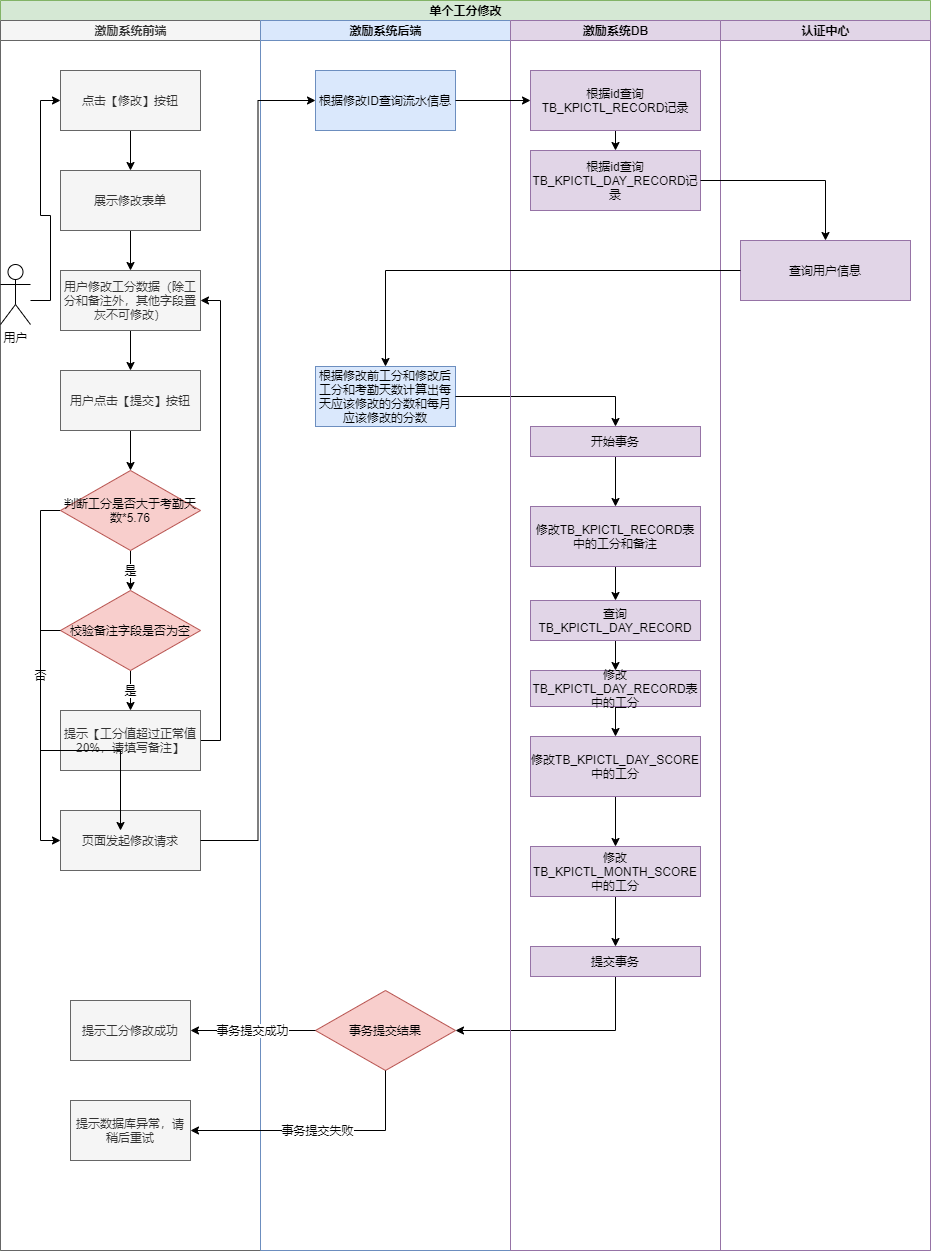
The draw.io diagram 工分修改.png in julingpu/coffee, before a commit. Source tidied: cells renumbered, new cells last; positions are measured from the earlier drawing's top-left corner, leaving out a move shared by most shapes.
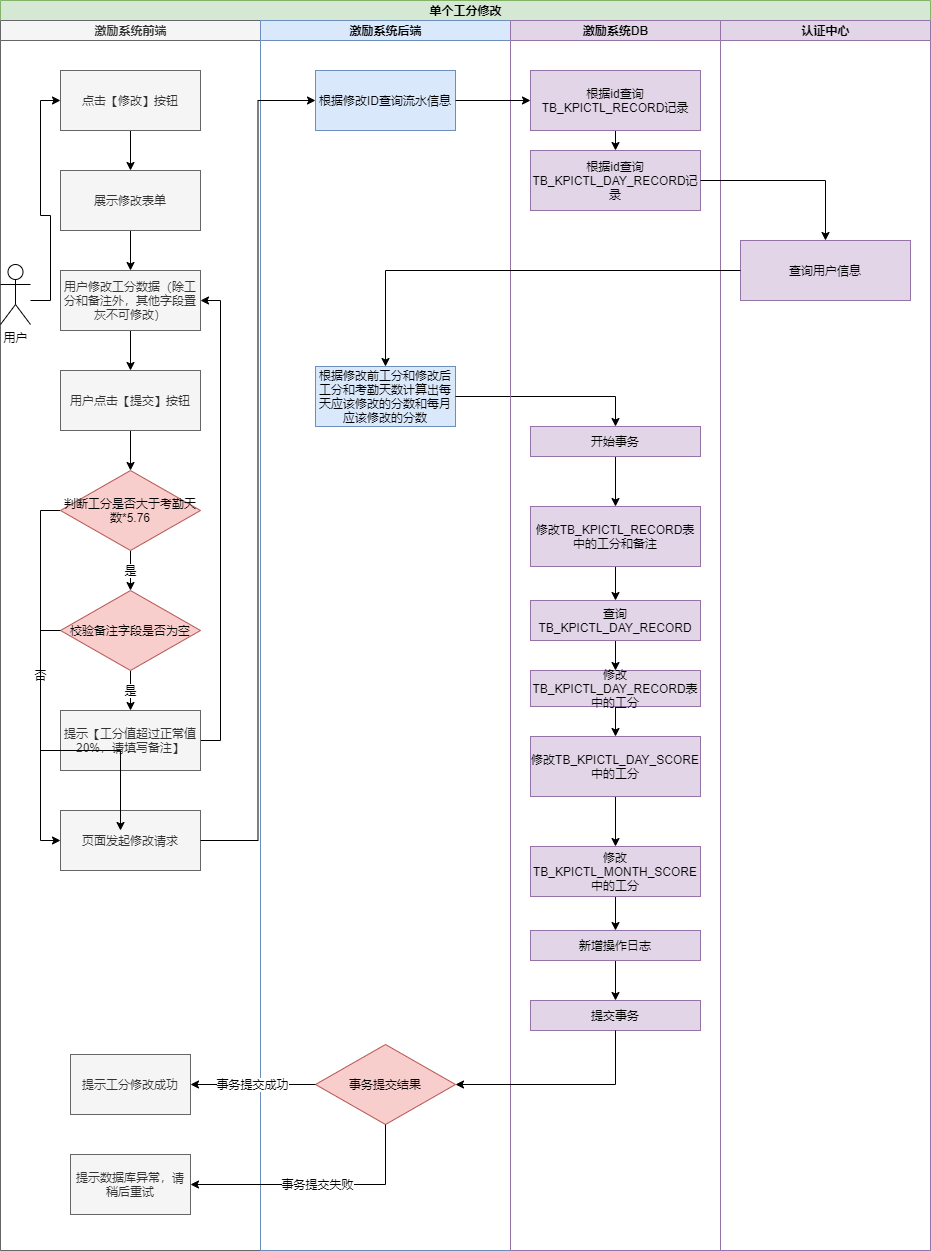
The same diagram one commit later.

The edit, as a diff of the source:
```diff
@@ -14,10 +14,10 @@
       </mxGeometry>
     </mxCell>
     <mxCell id="5" value="提示工分修改成功" style="rounded=0;whiteSpace=wrap;html=1;fontFamily=Helvetica;fontSize=12;fontColor=#333333;align=center;fillColor=#f5f5f5;strokeColor=#666666;" parent="3" vertex="1">
-      <mxGeometry x="70" y="980" width="120" height="60" as="geometry" />
+      <mxGeometry x="70" y="1034" width="120" height="60" as="geometry" />
     </mxCell>
     <mxCell id="6" value="提示数据库异常，请稍后重试" style="rounded=0;whiteSpace=wrap;html=1;fontFamily=Helvetica;fontSize=12;fontColor=#333333;align=center;fillColor=#f5f5f5;strokeColor=#666666;" parent="3" vertex="1">
-      <mxGeometry x="70" y="1080" width="120" height="60" as="geometry" />
+      <mxGeometry x="70" y="1134" width="120" height="60" as="geometry" />
     </mxCell>
     <mxCell id="7" style="edgeStyle=orthogonalEdgeStyle;rounded=0;jettySize=auto;html=1;exitX=0.5;exitY=1;exitDx=0;exitDy=0;entryX=0.5;entryY=0;entryDx=0;entryDy=0;" parent="3" edge="1" source="8" target="10">
       <mxGeometry relative="1" as="geometry" />
@@ -78,7 +78,7 @@
       <mxGeometry x="260" y="20" width="250" height="1230" as="geometry" />
     </mxCell>
     <mxCell id="24" value="事务提交结果" style="rhombus;whiteSpace=wrap;html=1;fillColor=#f8cecc;strokeColor=#b85450;" parent="23" vertex="1">
-      <mxGeometry x="55" y="970" width="140" height="80" as="geometry" />
+      <mxGeometry x="55" y="1024" width="140" height="80" as="geometry" />
     </mxCell>
     <mxCell id="25" value="根据修改ID查询流水信息" style="rounded=0;whiteSpace=wrap;html=1;fontFamily=Helvetica;fontSize=12;align=center;fillColor=#dae8fc;strokeColor=#6c8ebf;" parent="23" vertex="1">
       <mxGeometry x="55" y="50" width="140" height="60" as="geometry" />
@@ -86,15 +86,6 @@
     <mxCell id="26" value="根据修改前工分和修改后工分和考勤天数计算出每天应该修改的分数和每月应该修改的分数" style="rounded=0;whiteSpace=wrap;html=1;fontFamily=Helvetica;fontSize=12;align=center;fillColor=#dae8fc;strokeColor=#6c8ebf;" parent="23" vertex="1">
       <mxGeometry x="55" y="346" width="140" height="60" as="geometry" />
     </mxCell>
-    <mxCell id="27" value="事务提交成功" style="edgeStyle=orthogonalEdgeStyle;rounded=0;jettySize=auto;html=1;exitX=0;exitY=0.5;exitDx=0;exitDy=0;entryX=1;entryY=0.5;entryDx=0;entryDy=0;" parent="2" edge="1" source="24" target="5">
-      <mxGeometry relative="1" as="geometry" />
-    </mxCell>
-    <mxCell id="28" value="事务提交失败" style="edgeStyle=orthogonalEdgeStyle;rounded=0;jettySize=auto;html=1;exitX=0.5;exitY=1;exitDx=0;exitDy=0;entryX=1;entryY=0.5;entryDx=0;entryDy=0;" parent="2" edge="1" source="24" target="6">
-      <mxGeometry relative="1" as="geometry" />
-    </mxCell>
-    <mxCell id="29" style="edgeStyle=orthogonalEdgeStyle;rounded=0;jettySize=auto;html=1;exitX=0.5;exitY=1;exitDx=0;exitDy=0;entryX=1;entryY=0.5;entryDx=0;entryDy=0;" parent="2" edge="1" source="42" target="24">
-      <mxGeometry relative="1" as="geometry" />
-    </mxCell>
     <mxCell id="30" style="edgeStyle=orthogonalEdgeStyle;rounded=0;jettySize=auto;html=1;exitX=1;exitY=0.5;exitDx=0;exitDy=0;entryX=0.5;entryY=0;entryDx=0;entryDy=0;" parent="2" edge="1" source="26" target="41">
       <mxGeometry relative="1" as="geometry" />
     </mxCell>
@@ -121,7 +112,7 @@
     <mxCell id="37" value="修改TB_KPICTL_DAY_SCORE中的工分" style="rounded=0;whiteSpace=wrap;html=1;fontFamily=Helvetica;fontSize=12;align=center;fillColor=#e1d5e7;strokeColor=#9673a6;" parent="31" vertex="1">
       <mxGeometry x="20" y="716" width="170" height="60" as="geometry" />
     </mxCell>
-    <mxCell id="38" style="edgeStyle=orthogonalEdgeStyle;rounded=0;jettySize=auto;html=1;exitX=0.5;exitY=1;exitDx=0;exitDy=0;entryX=0.5;entryY=0;entryDx=0;entryDy=0;" parent="31" edge="1" source="39" target="42">
+    <mxCell id="38" style="edgeStyle=orthogonalEdgeStyle;rounded=0;jettySize=auto;html=1;exitX=0.5;exitY=1;exitDx=0;exitDy=0;entryX=0.5;entryY=0;entryDx=0;entryDy=0;" parent="31" edge="1" source="39" target="60">
       <mxGeometry relative="1" as="geometry" />
     </mxCell>
     <mxCell id="39" value="修改TB_KPICTL_MONTH_SCORE中的工分" style="rounded=0;whiteSpace=wrap;html=1;fontFamily=Helvetica;fontSize=12;align=center;fillColor=#e1d5e7;strokeColor=#9673a6;" parent="31" vertex="1">
@@ -134,7 +125,7 @@
       <mxGeometry x="20" y="406" width="170" height="30" as="geometry" />
     </mxCell>
     <mxCell id="42" value="提交事务" style="rounded=0;whiteSpace=wrap;html=1;fontFamily=Helvetica;fontSize=12;align=center;fillColor=#e1d5e7;strokeColor=#9673a6;" parent="31" vertex="1">
-      <mxGeometry x="20" y="926" width="170" height="30" as="geometry" />
+      <mxGeometry x="20" y="980" width="170" height="30" as="geometry" />
     </mxCell>
     <mxCell id="43" style="edgeStyle=orthogonalEdgeStyle;rounded=0;jettySize=auto;html=1;exitX=0.5;exitY=1;exitDx=0;exitDy=0;entryX=0.5;entryY=0;entryDx=0;entryDy=0;" parent="31" edge="1" source="44" target="45">
       <mxGeometry relative="1" as="geometry" />
@@ -151,6 +142,21 @@
     <mxCell id="47" value="查询TB_KPICTL_DAY_RECORD" style="rounded=0;whiteSpace=wrap;html=1;fontFamily=Helvetica;fontSize=12;align=center;fillColor=#e1d5e7;strokeColor=#9673a6;" parent="31" vertex="1">
       <mxGeometry x="20" y="580" width="170" height="40" as="geometry" />
     </mxCell>
+    <mxCell id="59" style="edgeStyle=orthogonalEdgeStyle;rounded=0;jettySize=auto;html=1;exitX=0.5;exitY=1;exitDx=0;exitDy=0;entryX=0.5;entryY=0;entryDx=0;entryDy=0;" parent="31" edge="1" source="60" target="42">
+      <mxGeometry relative="1" as="geometry" />
+    </mxCell>
+    <mxCell id="60" value="新增操作日志" style="rounded=0;whiteSpace=wrap;html=1;fontFamily=Helvetica;fontSize=12;align=center;fillColor=#e1d5e7;strokeColor=#9673a6;" parent="31" vertex="1">
+      <mxGeometry x="20" y="910" width="170" height="30" as="geometry" />
+    </mxCell>
+    <mxCell id="27" value="事务提交成功" style="edgeStyle=orthogonalEdgeStyle;rounded=0;jettySize=auto;html=1;exitX=0;exitY=0.5;exitDx=0;exitDy=0;entryX=1;entryY=0.5;entryDx=0;entryDy=0;" parent="2" edge="1" source="24" target="5">
+      <mxGeometry relative="1" as="geometry" />
+    </mxCell>
+    <mxCell id="28" value="事务提交失败" style="edgeStyle=orthogonalEdgeStyle;rounded=0;jettySize=auto;html=1;exitX=0.5;exitY=1;exitDx=0;exitDy=0;entryX=1;entryY=0.5;entryDx=0;entryDy=0;" parent="2" edge="1" source="24" target="6">
+      <mxGeometry relative="1" as="geometry" />
+    </mxCell>
+    <mxCell id="29" style="edgeStyle=orthogonalEdgeStyle;rounded=0;jettySize=auto;html=1;exitX=0.5;exitY=1;exitDx=0;exitDy=0;entryX=1;entryY=0.5;entryDx=0;entryDy=0;" parent="2" edge="1" source="42" target="24">
+      <mxGeometry relative="1" as="geometry" />
+    </mxCell>
     <mxCell id="48" value="认证中心" style="swimlane;html=1;startSize=20;fillColor=#e1d5e7;strokeColor=#9673a6;" parent="2" vertex="1">
       <mxGeometry x="720" y="20" width="210" height="1230" as="geometry" />
     </mxCell>
```
